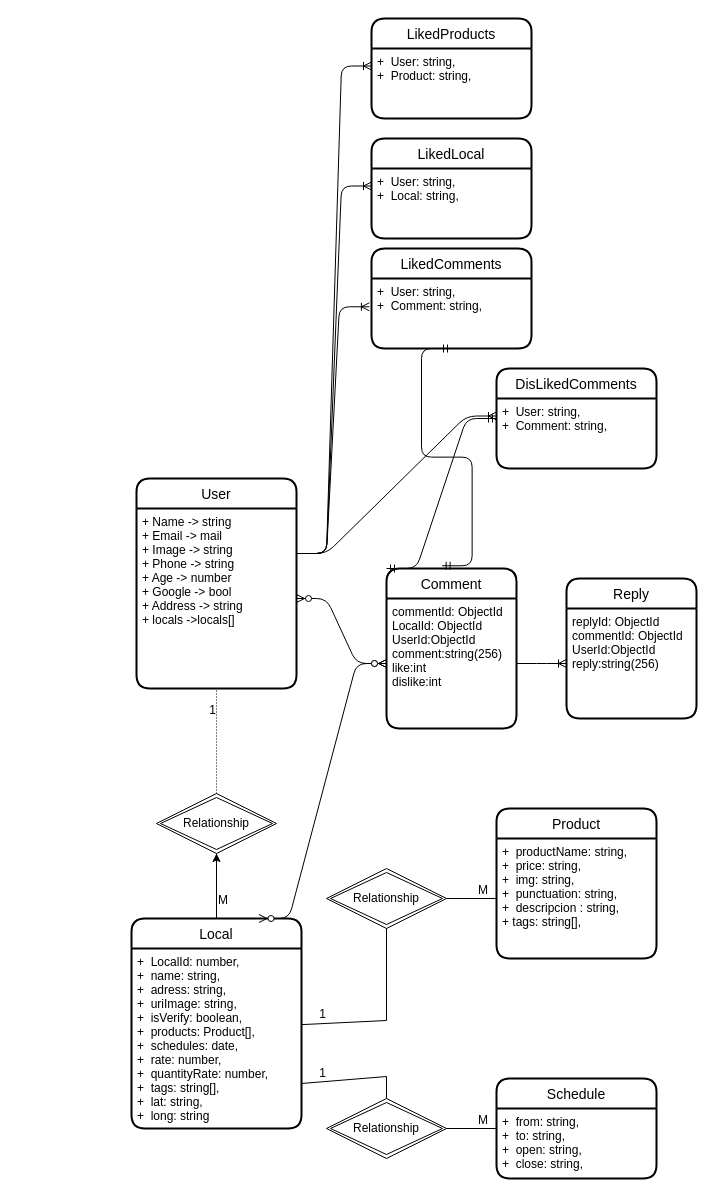
Before: page "Database" (1 of 9) of Documentation/Database.drawio in VictorVMHC/Located.API, a draw.io diagram. Source tidied: cells renumbered, new cells numbered last; positions are measured from the earlier drawing's top-left corner, leaving out a move shared by most shapes. Both pictures are drawn from the tidied source at 100%, with x=0, y=0 at pixel (131, 18).
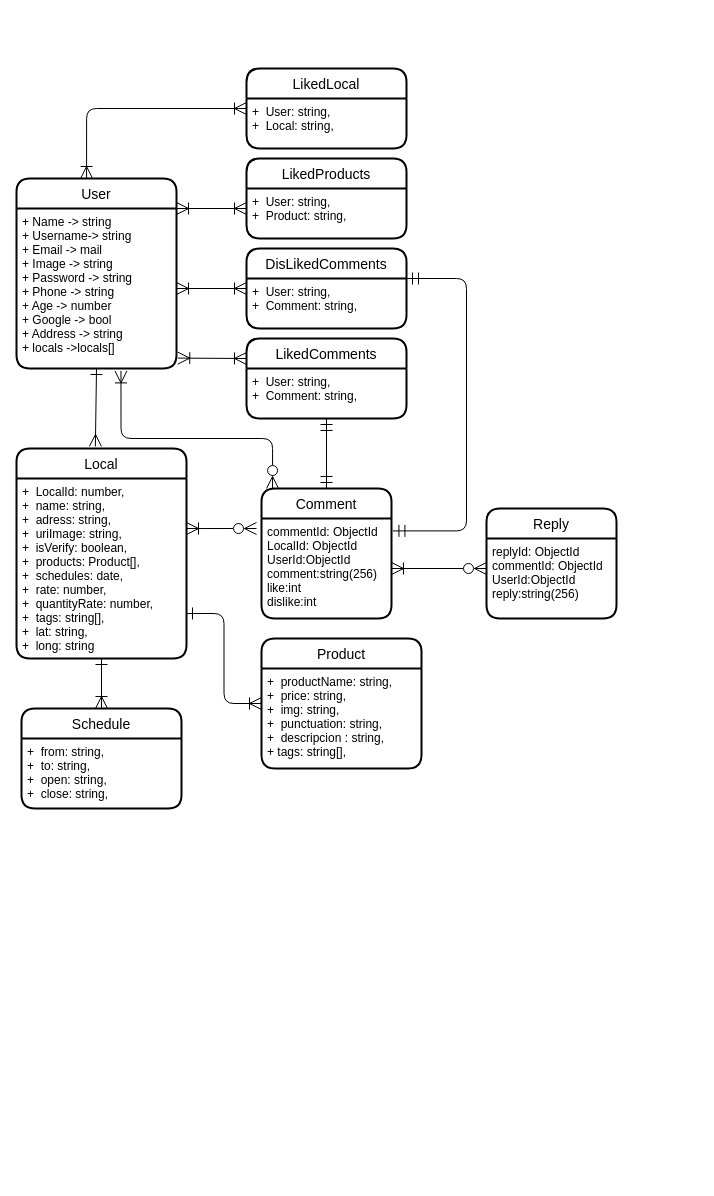
The same diagram, later.

The change refers to these unchanged cells:
```xml
<mxCell id="7" value="+  LocalId: number,&#10;+  name: string,&#10;+  adress: string,&#10;+  uriImage: string,&#10;+  isVerify: boolean,&#10;+  products: Product[],&#10;+  schedules: date,&#10;+  rate: number,&#10;+  quantityRate: number,&#10;+  tags: string[],&#10;+  lat: string,&#10;+  long: string" style="align=left;strokeColor=none;fillColor=none;spacingLeft=4;fontSize=12;verticalAlign=top;" parent="6" vertex="1">
  <mxGeometry y="30" width="170" height="180" as="geometry" />
</mxCell>
```

The edit, as a diff of the source:
```diff
@@
-    <mxCell id="2" style="edgeStyle=none;html=1;exitX=0.5;exitY=0;exitDx=0;exitDy=0;" parent="1" edge="1" source="3">
-      <mxGeometry relative="1" as="geometry">
-        <mxPoint x="65" y="480" as="targetPoint" />
-      </mxGeometry>
-    </mxCell>
     <mxCell id="3" value="User" style="swimlane;horizontal=1;startSize=30;rounded=1;fontSize=14;fontStyle=0;strokeWidth=2;shadow=0;dashed=0;align=center;" parent="1" vertex="1">
-      <mxGeometry x="5" y="460" width="160" height="210" as="geometry" />
+      <mxGeometry x="-115" y="160" width="160" height="190" as="geometry" />
     </mxCell>
-    <mxCell id="4" value="+ Name -&gt; string&#10;+ Email -&gt; mail&#10;+ Image -&gt; string&#10;+ Phone -&gt; string&#10;+ Age -&gt; number&#10;+ Google -&gt; bool&#10;+ Address -&gt; string&#10;+ locals -&gt;locals[]&#10;" style="align=left;strokeColor=none;fillColor=none;spacingLeft=4;fontSize=12;verticalAlign=top;" parent="3" vertex="1">
-      <mxGeometry y="30" width="160" height="180" as="geometry" />
+    <mxCell id="4" value="+ Name -&gt; string&#10;+ Username-&gt; string&#10;+ Email -&gt; mail&#10;+ Image -&gt; string&#10;+ Password -&gt; string&#10;+ Phone -&gt; string&#10;+ Age -&gt; number&#10;+ Google -&gt; bool&#10;+ Address -&gt; string&#10;+ locals -&gt;locals[]&#10;" style="align=left;strokeColor=none;fillColor=none;spacingLeft=4;fontSize=12;verticalAlign=top;" parent="3" vertex="1">
+      <mxGeometry y="30" width="160" height="160" as="geometry" />
     </mxCell>
-    <mxCell id="5" style="edgeStyle=none;html=1;" parent="1" edge="1" source="6" target="12">
-      <mxGeometry relative="1" as="geometry" />
-    </mxCell>
     <mxCell id="6" value="Local" style="swimlane;horizontal=1;startSize=30;rounded=1;fontSize=14;fontStyle=0;strokeWidth=2;shadow=0;dashed=0;align=center;" parent="1" vertex="1">
-      <mxGeometry y="900" width="170" height="210" as="geometry" />
+      <mxGeometry x="-115" y="430" width="170" height="210" as="geometry" />
     </mxCell>
@@
     <mxCell id="8" value="Product" style="swimlane;horizontal=1;startSize=30;rounded=1;fontSize=14;fontStyle=0;strokeWidth=2;shadow=0;dashed=0;align=center;" parent="1" vertex="1">
-      <mxGeometry x="365" y="790" width="160" height="150" as="geometry" />
+      <mxGeometry x="130" y="620" width="160" height="130" as="geometry" />
     </mxCell>
     <mxCell id="9" value="+  productName: string,&#10;+  price: string,&#10;+  img: string,&#10;+  punctuation: string,&#10;+  descripcion : string,&#10;+ tags: string[]," style="align=left;strokeColor=none;fillColor=none;spacingLeft=4;fontSize=12;verticalAlign=top;" parent="8" vertex="1">
-      <mxGeometry y="30" width="160" height="120" as="geometry" />
+      <mxGeometry y="30" width="160" height="100" as="geometry" />
     </mxCell>
     <mxCell id="10" value="Schedule" style="swimlane;horizontal=1;startSize=30;rounded=1;fontSize=14;fontStyle=0;strokeWidth=2;shadow=0;dashed=0;align=center;" parent="1" vertex="1">
-      <mxGeometry x="365" y="1060" width="160" height="100" as="geometry" />
+      <mxGeometry x="-110" y="690" width="160" height="100" as="geometry" />
     </mxCell>
@@
-    <mxCell id="12" value="Relationship" style="shape=rhombus;double=1;perimeter=rhombusPerimeter;whiteSpace=wrap;html=1;align=center;" parent="1" vertex="1">
-      <mxGeometry x="25" y="775" width="120" height="60" as="geometry" />
-    </mxCell>
-    <mxCell id="13" style="endArrow=none;html=1;rounded=0;dashed=1;dashPattern=1 2;entryX=0.5;entryY=1;entryDx=0;entryDy=0;exitX=0.5;exitY=0;exitDx=0;exitDy=0;" parent="1" edge="1" source="12" target="4">
-      <mxGeometry relative="1" as="geometry" />
-    </mxCell>
-    <mxCell id="14" value="1" style="html=1;align=right;verticalAlign=bottom;" parent="13" vertex="1">
-      <mxGeometry x="1" relative="1" as="geometry">
-        <mxPoint y="30" as="offset" />
-      </mxGeometry>
-    </mxCell>
-    <mxCell id="15" value="Relationship" style="shape=rhombus;double=1;perimeter=rhombusPerimeter;whiteSpace=wrap;html=1;align=center;" parent="1" vertex="1">
-      <mxGeometry x="195" y="850" width="120" height="60" as="geometry" />
-    </mxCell>
-    <mxCell id="16" style="endArrow=none;html=1;rounded=0;exitX=0.5;exitY=1;exitDx=0;exitDy=0;entryX=1;entryY=0.423;entryDx=0;entryDy=0;entryPerimeter=0;" parent="1" edge="1" source="15" target="7">
-      <mxGeometry relative="1" as="geometry">
-        <Array as="points">
-          <mxPoint x="255" y="1002" />
-        </Array>
-      </mxGeometry>
-    </mxCell>
-    <mxCell id="17" value="1" style="html=1;align=right;verticalAlign=bottom;" parent="16" vertex="1">
-      <mxGeometry x="1" relative="1" as="geometry">
-        <mxPoint x="25" y="-2" as="offset" />
-      </mxGeometry>
-    </mxCell>
-    <mxCell id="18" style="endArrow=none;html=1;rounded=0;exitX=0;exitY=0.5;exitDx=0;exitDy=0;entryX=1;entryY=0.5;entryDx=0;entryDy=0;" parent="1" edge="1" source="9" target="15">
-      <mxGeometry relative="1" as="geometry" />
-    </mxCell>
-    <mxCell id="19" value="M" style="html=1;align=left;verticalAlign=bottom;" parent="18" vertex="1">
-      <mxGeometry x="-1" relative="1" as="geometry">
-        <mxPoint x="-20" as="offset" />
-      </mxGeometry>
-    </mxCell>
-    <mxCell id="20" style="endArrow=none;html=1;rounded=0;entryX=1;entryY=0.75;entryDx=0;entryDy=0;exitX=0.5;exitY=0;exitDx=0;exitDy=0;" parent="1" edge="1" source="22" target="7">
-      <mxGeometry relative="1" as="geometry">
-        <Array as="points">
-          <mxPoint x="255" y="1058" />
-        </Array>
-      </mxGeometry>
-    </mxCell>
-    <mxCell id="21" value="1" style="html=1;align=right;verticalAlign=bottom;" parent="20" vertex="1">
-      <mxGeometry x="1" relative="1" as="geometry">
-        <mxPoint x="25" y="-2" as="offset" />
-      </mxGeometry>
-    </mxCell>
-    <mxCell id="22" value="Relationship" style="shape=rhombus;double=1;perimeter=rhombusPerimeter;whiteSpace=wrap;html=1;align=center;" parent="1" vertex="1">
-      <mxGeometry x="195" y="1080" width="120" height="60" as="geometry" />
-    </mxCell>
-    <mxCell id="23" style="endArrow=none;html=1;rounded=0;entryX=1;entryY=0.5;entryDx=0;entryDy=0;" parent="1" edge="1" target="22">
-      <mxGeometry relative="1" as="geometry">
-        <mxPoint x="365" y="1110" as="sourcePoint" />
-      </mxGeometry>
-    </mxCell>
-    <mxCell id="24" value="M" style="html=1;align=left;verticalAlign=bottom;" parent="23" vertex="1">
-      <mxGeometry x="-1" relative="1" as="geometry">
-        <mxPoint x="-20" as="offset" />
-      </mxGeometry>
-    </mxCell>
-    <mxCell id="25" style="endArrow=none;html=1;rounded=0;exitX=0.5;exitY=0;exitDx=0;exitDy=0;entryX=0.5;entryY=1;entryDx=0;entryDy=0;" parent="1" edge="1" source="6" target="12">
-      <mxGeometry relative="1" as="geometry" />
-    </mxCell>
-    <mxCell id="26" value="M" style="html=1;align=left;verticalAlign=bottom;" parent="25" vertex="1">
-      <mxGeometry x="-1" relative="1" as="geometry">
-        <mxPoint y="-10" as="offset" />
-      </mxGeometry>
-    </mxCell>
     <mxCell id="27" value="LikedProducts" style="swimlane;horizontal=1;startSize=30;rounded=1;fontSize=14;fontStyle=0;strokeWidth=2;shadow=0;dashed=0;align=center;" parent="1" vertex="1">
-      <mxGeometry x="240" width="160" height="100" as="geometry" />
+      <mxGeometry x="115" y="140" width="160" height="80" as="geometry" />
     </mxCell>
     <mxCell id="28" value="+  User: string,&#10;+  Product: string," style="align=left;strokeColor=none;fillColor=none;spacingLeft=4;fontSize=12;verticalAlign=top;" parent="27" vertex="1">
-      <mxGeometry y="30" width="160" height="70" as="geometry" />
+      <mxGeometry y="30" width="160" height="50" as="geometry" />
     </mxCell>
     <mxCell id="29" value="LikedLocal" style="swimlane;horizontal=1;startSize=30;rounded=1;fontSize=14;fontStyle=0;strokeWidth=2;shadow=0;dashed=0;align=center;" parent="1" vertex="1">
-      <mxGeometry x="240" y="120" width="160" height="100" as="geometry" />
+      <mxGeometry x="115" y="50" width="160" height="80" as="geometry" />
     </mxCell>
     <mxCell id="30" value="+  User: string,&#10;+  Local: string," style="align=left;strokeColor=none;fillColor=none;spacingLeft=4;fontSize=12;verticalAlign=top;" parent="29" vertex="1">
-      <mxGeometry y="30" width="160" height="70" as="geometry" />
+      <mxGeometry y="30" width="160" height="50" as="geometry" />
     </mxCell>
-    <mxCell id="31" style="edgeStyle=entityRelationEdgeStyle;fontSize=12;html=1;endArrow=ERoneToMany;exitX=1;exitY=0.25;exitDx=0;exitDy=0;entryX=0;entryY=0.25;entryDx=0;entryDy=0;" parent="1" edge="1" source="4" target="28">
-      <mxGeometry relative="1" as="geometry" />
-    </mxCell>
-    <mxCell id="32" style="edgeStyle=entityRelationEdgeStyle;fontSize=12;html=1;endArrow=ERoneToMany;exitX=1;exitY=0.25;exitDx=0;exitDy=0;entryX=0;entryY=0.25;entryDx=0;entryDy=0;" parent="1" edge="1" source="4" target="30">
-      <mxGeometry relative="1" as="geometry" />
-    </mxCell>
     <mxCell id="33" value="Comment" style="swimlane;horizontal=1;startSize=30;rounded=1;fontSize=14;fontStyle=0;strokeWidth=2;shadow=0;dashed=0;align=center;" parent="1" vertex="1">
-      <mxGeometry x="255" y="550" width="130" height="160" as="geometry" />
+      <mxGeometry x="130" y="470" width="130" height="130" as="geometry" />
     </mxCell>
     <mxCell id="34" value="commentId: ObjectId&#10;LocalId: ObjectId&#10;UserId:ObjectId&#10;comment:string(256)&#10;like:int&#10;dislike:int&#10;" style="align=left;strokeColor=none;fillColor=none;spacingLeft=4;fontSize=12;verticalAlign=top;" parent="33" vertex="1">
-      <mxGeometry y="30" width="130" height="130" as="geometry" />
+      <mxGeometry y="30" width="130" height="100" as="geometry" />
     </mxCell>
     <mxCell id="35" value="Reply" style="swimlane;horizontal=1;startSize=30;rounded=1;fontSize=14;fontStyle=0;strokeWidth=2;shadow=0;dashed=0;align=center;" parent="1" vertex="1">
-      <mxGeometry x="435" y="560" width="130" height="140" as="geometry" />
+      <mxGeometry x="355" y="490" width="130" height="110" as="geometry" />
     </mxCell>
     <mxCell id="36" value="replyId: ObjectId&#10;commentId: ObjectId&#10;UserId:ObjectId&#10;reply:string(256)&#10;" style="align=left;strokeColor=none;fillColor=none;spacingLeft=4;fontSize=12;verticalAlign=top;" parent="35" vertex="1">
-      <mxGeometry y="30" width="130" height="110" as="geometry" />
+      <mxGeometry y="30" width="130" height="80" as="geometry" />
     </mxCell>
-    <mxCell id="37" style="edgeStyle=entityRelationEdgeStyle;fontSize=12;html=1;endArrow=ERzeroToMany;endFill=1;startArrow=ERzeroToMany;exitX=0.75;exitY=0;exitDx=0;exitDy=0;entryX=0;entryY=0.5;entryDx=0;entryDy=0;" parent="1" edge="1" source="6" target="34">
-      <mxGeometry relative="1" as="geometry" />
-    </mxCell>
-    <mxCell id="38" style="edgeStyle=entityRelationEdgeStyle;fontSize=12;html=1;endArrow=ERzeroToMany;endFill=1;startArrow=ERzeroToMany;exitX=1;exitY=0.5;exitDx=0;exitDy=0;entryX=0;entryY=0.5;entryDx=0;entryDy=0;" parent="1" edge="1" source="4" target="34">
-      <mxGeometry relative="1" as="geometry" />
-    </mxCell>
-    <mxCell id="39" style="edgeStyle=entityRelationEdgeStyle;fontSize=12;html=1;endArrow=ERoneToMany;exitX=1;exitY=0.5;exitDx=0;exitDy=0;entryX=0;entryY=0.5;entryDx=0;entryDy=0;" parent="1" edge="1" source="34" target="36">
-      <mxGeometry relative="1" as="geometry" />
-    </mxCell>
     <mxCell id="40" value="LikedComments" style="swimlane;horizontal=1;startSize=30;rounded=1;fontSize=14;fontStyle=0;strokeWidth=2;shadow=0;dashed=0;align=center;" parent="1" vertex="1">
-      <mxGeometry x="240" y="230" width="160" height="100" as="geometry" />
+      <mxGeometry x="115" y="320" width="160" height="80" as="geometry" />
     </mxCell>
     <mxCell id="41" value="+  User: string,&#10;+  Comment: string," style="align=left;strokeColor=none;fillColor=none;spacingLeft=4;fontSize=12;verticalAlign=top;" parent="40" vertex="1">
-      <mxGeometry y="30" width="160" height="70" as="geometry" />
+      <mxGeometry y="30" width="160" height="50" as="geometry" />
     </mxCell>
-    <mxCell id="42" style="edgeStyle=entityRelationEdgeStyle;fontSize=12;html=1;endArrow=ERoneToMany;exitX=1;exitY=0.25;exitDx=0;exitDy=0;entryX=-0.013;entryY=0.404;entryDx=0;entryDy=0;entryPerimeter=0;" parent="1" edge="1" source="4" target="41">
-      <mxGeometry relative="1" as="geometry" />
-    </mxCell>
-    <mxCell id="43" style="edgeStyle=entityRelationEdgeStyle;fontSize=12;html=1;endArrow=ERmandOne;startArrow=ERmandOne;exitX=0.428;exitY=-0.017;exitDx=0;exitDy=0;entryX=0.5;entryY=1;entryDx=0;entryDy=0;exitPerimeter=0;" parent="1" edge="1" source="33" target="41">
-      <mxGeometry relative="1" as="geometry" />
-    </mxCell>
     <mxCell id="44" value="DisLikedComments" style="swimlane;horizontal=1;startSize=30;rounded=1;fontSize=14;fontStyle=0;strokeWidth=2;shadow=0;dashed=0;align=center;" parent="1" vertex="1">
-      <mxGeometry x="365" y="350" width="160" height="100" as="geometry" />
+      <mxGeometry x="115" y="230" width="160" height="80" as="geometry" />
     </mxCell>
     <mxCell id="45" value="+  User: string,&#10;+  Comment: string," style="align=left;strokeColor=none;fillColor=none;spacingLeft=4;fontSize=12;verticalAlign=top;" parent="44" vertex="1">
-      <mxGeometry y="30" width="160" height="70" as="geometry" />
+      <mxGeometry y="30" width="160" height="50" as="geometry" />
     </mxCell>
-    <mxCell id="46" style="edgeStyle=entityRelationEdgeStyle;fontSize=12;html=1;endArrow=ERmandOne;startArrow=ERmandOne;entryX=0;entryY=0.5;entryDx=0;entryDy=0;exitX=0;exitY=0;exitDx=0;exitDy=0;" parent="1" edge="1" source="33" target="44">
-      <mxGeometry relative="1" as="geometry" />
-    </mxCell>
-    <mxCell id="47" style="edgeStyle=entityRelationEdgeStyle;fontSize=12;html=1;endArrow=ERoneToMany;exitX=1;exitY=0.25;exitDx=0;exitDy=0;entryX=0;entryY=0.25;entryDx=0;entryDy=0;" parent="1" edge="1" source="4" target="45">
-      <mxGeometry relative="1" as="geometry" />
-    </mxCell>
+    <mxCell id="48" style="html=1;align=left;verticalAlign=bottom;" parent="1" vertex="1">
+      <mxGeometry x="-15" y="790" width="160" as="geometry">
+        <mxPoint x="-30" y="125" as="offset" />
+      </mxGeometry>
+    </mxCell>
+    <mxCell id="49" style="edgeStyle=none;html=1;exitX=0.5;exitY=1;exitDx=0;exitDy=0;strokeColor=default;endArrow=ERmany;endFill=0;startArrow=ERone;startFill=0;entryX=0.464;entryY=-0.01;entryDx=0;entryDy=0;entryPerimeter=0;strokeWidth=1;endSize=10;startSize=10;" parent="1" edge="1" source="4" target="6">
+      <mxGeometry relative="1" as="geometry" />
+    </mxCell>
+    <mxCell id="50" style="edgeStyle=none;html=1;exitX=0.5;exitY=1;exitDx=0;exitDy=0;entryX=0.5;entryY=0;entryDx=0;entryDy=0;strokeColor=default;strokeWidth=1;startArrow=ERone;startFill=0;endArrow=ERoneToMany;endFill=0;startSize=10;endSize=10;" parent="1" edge="1" source="7" target="10">
+      <mxGeometry relative="1" as="geometry" />
+    </mxCell>
+    <mxCell id="51" style="edgeStyle=orthogonalEdgeStyle;html=1;exitX=1;exitY=0.75;exitDx=0;exitDy=0;entryX=0;entryY=0.5;entryDx=0;entryDy=0;strokeColor=default;strokeWidth=1;startArrow=ERone;startFill=0;endArrow=ERoneToMany;endFill=0;startSize=10;endSize=10;" parent="1" edge="1" source="7" target="8">
+      <mxGeometry relative="1" as="geometry" />
+    </mxCell>
+    <mxCell id="52" style="edgeStyle=none;html=1;strokeColor=default;strokeWidth=1;startArrow=ERoneToMany;startFill=0;endArrow=ERzeroToMany;endFill=0;startSize=10;endSize=10;exitX=1;exitY=0.278;exitDx=0;exitDy=0;exitPerimeter=0;" parent="1" edge="1" source="7">
+      <mxGeometry relative="1" as="geometry">
+        <mxPoint x="125" y="510" as="targetPoint" />
+      </mxGeometry>
+    </mxCell>
+    <mxCell id="53" style="edgeStyle=none;html=1;exitX=1;exitY=0.5;exitDx=0;exitDy=0;strokeColor=default;strokeWidth=1;startArrow=ERoneToMany;startFill=0;endArrow=ERzeroToMany;endFill=0;startSize=10;endSize=10;" parent="1" edge="1" source="34">
+      <mxGeometry relative="1" as="geometry">
+        <mxPoint x="355" y="550" as="targetPoint" />
+      </mxGeometry>
+    </mxCell>
+    <mxCell id="54" style="edgeStyle=orthogonalEdgeStyle;html=1;entryX=0;entryY=0.5;entryDx=0;entryDy=0;strokeColor=default;strokeWidth=1;startArrow=ERoneToMany;startFill=0;endArrow=ERoneToMany;endFill=0;startSize=10;endSize=10;exitX=0.438;exitY=0;exitDx=0;exitDy=0;exitPerimeter=0;" parent="1" edge="1" source="3" target="29">
+      <mxGeometry relative="1" as="geometry" />
+    </mxCell>
+    <mxCell id="31" style="edgeStyle=none;html=1;exitX=1;exitY=0;exitDx=0;exitDy=0;strokeColor=default;strokeWidth=1;startArrow=ERoneToMany;startFill=0;endArrow=ERoneToMany;endFill=0;startSize=10;endSize=10;entryX=0;entryY=0.4;entryDx=0;entryDy=0;entryPerimeter=0;" parent="1" edge="1" source="4" target="28">
+      <mxGeometry relative="1" as="geometry" />
+    </mxCell>
+    <mxCell id="55" style="edgeStyle=none;html=1;entryX=0;entryY=0.25;entryDx=0;entryDy=0;strokeColor=default;strokeWidth=1;startArrow=ERoneToMany;startFill=0;endArrow=ERoneToMany;endFill=0;startSize=10;endSize=10;exitX=1.008;exitY=0.935;exitDx=0;exitDy=0;exitPerimeter=0;" parent="1" edge="1" source="4" target="40">
+      <mxGeometry relative="1" as="geometry" />
+    </mxCell>
+    <mxCell id="56" style="edgeStyle=orthogonalEdgeStyle;html=1;strokeColor=default;strokeWidth=1;startArrow=ERoneToMany;startFill=0;endArrow=ERzeroToMany;endFill=0;startSize=10;endSize=10;exitX=0.653;exitY=1.015;exitDx=0;exitDy=0;exitPerimeter=0;entryX=0.085;entryY=0;entryDx=0;entryDy=0;entryPerimeter=0;" parent="1" edge="1" source="4" target="33">
+      <mxGeometry relative="1" as="geometry">
+        <Array as="points">
+          <mxPoint x="-10" y="420" />
+          <mxPoint x="141" y="420" />
+        </Array>
+      </mxGeometry>
+    </mxCell>
+    <mxCell id="57" style="edgeStyle=orthogonalEdgeStyle;html=1;exitX=1;exitY=0.5;exitDx=0;exitDy=0;entryX=0;entryY=0.5;entryDx=0;entryDy=0;strokeColor=default;strokeWidth=1;startArrow=ERoneToMany;startFill=0;endArrow=ERoneToMany;endFill=0;startSize=10;endSize=10;" parent="1" edge="1" source="4" target="44">
+      <mxGeometry relative="1" as="geometry" />
+    </mxCell>
+    <mxCell id="58" style="edgeStyle=orthogonalEdgeStyle;html=1;exitX=1.011;exitY=0.124;exitDx=0;exitDy=0;entryX=1;entryY=0;entryDx=0;entryDy=0;strokeColor=default;strokeWidth=1;startArrow=ERmandOne;startFill=0;endArrow=ERmandOne;endFill=0;startSize=10;endSize=10;exitPerimeter=0;" parent="1" edge="1" source="34" target="45">
+      <mxGeometry relative="1" as="geometry">
+        <Array as="points">
+          <mxPoint x="335" y="512" />
+          <mxPoint x="335" y="260" />
+        </Array>
+      </mxGeometry>
+    </mxCell>
+    <mxCell id="59" style="edgeStyle=orthogonalEdgeStyle;html=1;exitX=0.5;exitY=1;exitDx=0;exitDy=0;entryX=0.5;entryY=0;entryDx=0;entryDy=0;strokeColor=default;strokeWidth=1;startArrow=ERmandOne;startFill=0;endArrow=ERmandOne;endFill=0;startSize=10;endSize=10;" parent="1" edge="1" source="41" target="33">
+      <mxGeometry relative="1" as="geometry" />
+    </mxCell>
```
